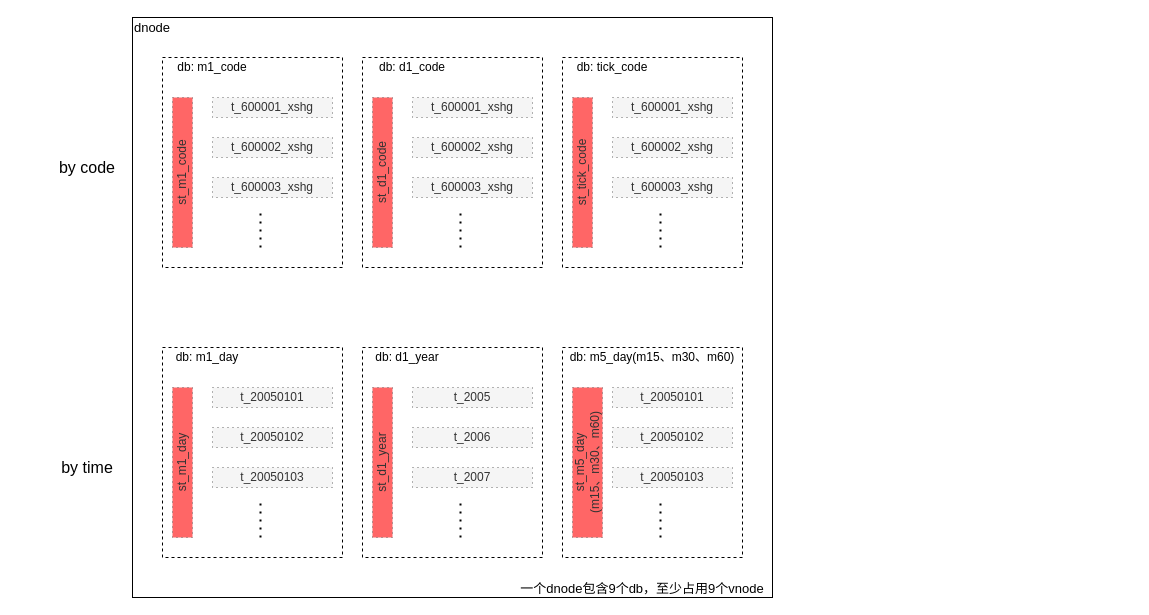
This is drawio/tdengine_plan.drawio from jayed008/notebook, a draw.io file, before an edit. Source tidied: cells renumbered, new cells numbered last; positions are measured from the earlier drawing's top-left corner, leaving out a move shared by most shapes. Both pictures are drawn from the tidied source at 100%, with x=0, y=0 at pixel (52, 17).
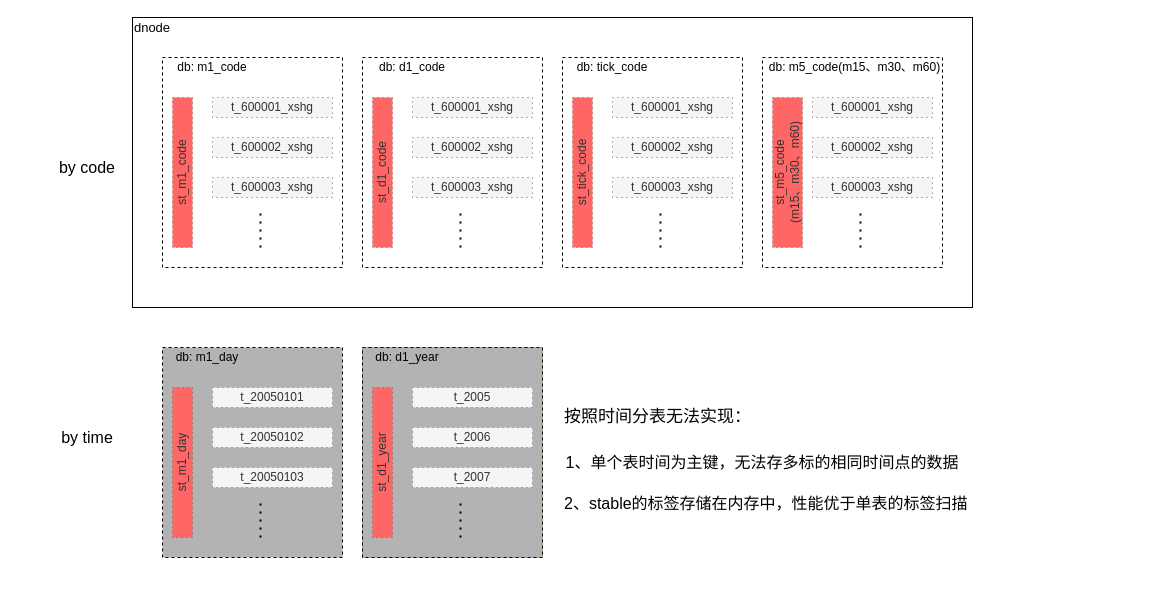
The same page after the edit.

Unchanged cells that the change refers to:
```xml
<mxCell id="38" style="group;" parent="1" vertex="1">
  <mxGeometry x="110" y="330" width="180" height="210" as="geometry" />
</mxCell>
```

The edit, as a diff of the source:
```diff
@@
     <mxCell id="2" style="group;" parent="1" vertex="1">
-      <mxGeometry x="80" width="640" height="580" as="geometry" />
+      <mxGeometry x="80" width="1000" height="580" as="geometry" />
     </mxCell>
     <mxCell id="3" style="rounded=0;whiteSpace=wrap;html=1;sketch=0;" parent="2" vertex="1">
-      <mxGeometry width="640" height="580" as="geometry" />
+      <mxGeometry width="840" height="290" as="geometry" />
     </mxCell>
@@
     <mxCell id="29" style="group;" parent="2" vertex="1">
-      <mxGeometry x="430" y="330" width="180" height="210" as="geometry" />
+      <mxGeometry x="630" y="40" width="190" height="210" as="geometry" />
     </mxCell>
@@
-    <mxCell id="31" value="db: m5_day(m15、m30、m60)" style="text;html=1;strokeColor=none;fillColor=none;align=center;verticalAlign=middle;whiteSpace=wrap;rounded=0;sketch=0;" parent="29" vertex="1">
-      <mxGeometry x="5" width="170" height="20" as="geometry" />
+    <mxCell id="31" value="db: m5_code(m15、m30、m60)" style="text;html=1;strokeColor=none;fillColor=none;align=center;verticalAlign=middle;whiteSpace=wrap;rounded=0;sketch=0;" parent="29" vertex="1">
+      <mxGeometry width="185" height="20" as="geometry" />
     </mxCell>
-    <mxCell id="32" value="t_20050102" style="rounded=0;whiteSpace=wrap;html=1;dashed=1;sketch=0;strokeColor=#666666;fillColor=#f5f5f5;dashPattern=1 4;fontColor=#333333;" parent="29" vertex="1">
+    <mxCell id="32" value="t_600002_xshg" style="rounded=0;whiteSpace=wrap;html=1;dashed=1;sketch=0;strokeColor=#666666;fillColor=#f5f5f5;dashPattern=1 4;fontColor=#333333;" parent="29" vertex="1">
       <mxGeometry x="50" y="80" width="120" height="20" as="geometry" />
     </mxCell>
-    <mxCell id="33" value="t_20050103" style="rounded=0;whiteSpace=wrap;html=1;dashed=1;sketch=0;strokeColor=#666666;fillColor=#f5f5f5;dashPattern=1 4;fontColor=#333333;" parent="29" vertex="1">
+    <mxCell id="33" value="t_600003_xshg" style="rounded=0;whiteSpace=wrap;html=1;dashed=1;sketch=0;strokeColor=#666666;fillColor=#f5f5f5;dashPattern=1 4;fontColor=#333333;" parent="29" vertex="1">
       <mxGeometry x="50" y="120" width="120" height="20" as="geometry" />
     </mxCell>
@@
-    <mxCell id="35" value="t_20050101" style="rounded=0;whiteSpace=wrap;html=1;dashed=1;sketch=0;strokeColor=#666666;fillColor=#f5f5f5;dashPattern=1 4;fontColor=#333333;" parent="29" vertex="1">
+    <mxCell id="35" value="t_600001_xshg" style="rounded=0;whiteSpace=wrap;html=1;dashed=1;sketch=0;strokeColor=#666666;fillColor=#f5f5f5;dashPattern=1 4;fontColor=#333333;" parent="29" vertex="1">
       <mxGeometry x="50" y="40" width="120" height="20" as="geometry" />
     </mxCell>
-    <mxCell id="36" value="st_m5_day&lt;br&gt;(m15、m30、m60)" style="rounded=0;whiteSpace=wrap;html=1;dashed=1;sketch=0;strokeColor=#666666;dashPattern=1 4;fontColor=#333333;horizontal=0;verticalAlign=middle;fillColor=#FF6666;" parent="29" vertex="1">
+    <mxCell id="36" value="st_m5_code&lt;br&gt;(m15、m30、m60)" style="rounded=0;whiteSpace=wrap;html=1;dashed=1;sketch=0;strokeColor=#666666;dashPattern=1 4;fontColor=#333333;horizontal=0;verticalAlign=middle;fillColor=#FF6666;" parent="29" vertex="1">
       <mxGeometry x="10" y="40" width="30" height="150" as="geometry" />
     </mxCell>
-    <mxCell id="37" value="&lt;font style=&quot;font-size: 13px&quot;&gt;一个dnode包含9个db，至少占用9个vnode&lt;/font&gt;" style="text;html=1;strokeColor=none;fillColor=none;align=center;verticalAlign=middle;whiteSpace=wrap;rounded=0;dashed=1;dashPattern=1 4;sketch=0;fontSize=16;" parent="2" vertex="1">
-      <mxGeometry x="380" y="560" width="260" height="20" as="geometry" />
-    </mxCell>
+    <mxCell id="56" value="&lt;span style=&quot;font-size: 16px&quot;&gt;1、单个表时间为主键，无法存多标的相同时间点的数据&lt;/span&gt;" style="text;html=1;strokeColor=none;fillColor=none;align=center;verticalAlign=middle;whiteSpace=wrap;rounded=0;" parent="2" vertex="1">
+      <mxGeometry x="420" y="420" width="420" height="50" as="geometry" />
+    </mxCell>
+    <mxCell id="57" value="&lt;div style=&quot;text-align: center&quot;&gt;&lt;font face=&quot;helvetica&quot;&gt;&lt;span style=&quot;font-size: 16px&quot;&gt;2、stable的标签存储在内存中，性能优于单表的标签扫描&lt;/span&gt;&lt;/font&gt;&lt;/div&gt;" style="text;whiteSpace=wrap;html=1;" parent="2" vertex="1">
+      <mxGeometry x="430" y="470" width="410" height="30" as="geometry" />
+    </mxCell>
+    <mxCell id="58" value="&lt;font style=&quot;font-size: 17px&quot;&gt;按照时间分表无法实现：&lt;/font&gt;" style="text;html=1;align=left;verticalAlign=middle;strokeColor=none;" parent="2" vertex="1">
+      <mxGeometry x="430" y="390" width="200" height="20" as="geometry" />
+    </mxCell>
@@
-    <mxCell id="39" style="rounded=0;whiteSpace=wrap;html=1;sketch=0;fillColor=#FFFFFF;dashed=1;" parent="38" vertex="1">
+    <mxCell id="39" style="rounded=0;whiteSpace=wrap;html=1;sketch=0;dashed=1;fillColor=#B3B3B3;" parent="38" vertex="1">
       <mxGeometry width="180" height="210" as="geometry" />
     </mxCell>
@@
-    <mxCell id="46" style="group;" parent="1" vertex="1">
+    <mxCell id="46" style="group;strokeColor=#82b366;fillColor=#B3B3B3;" parent="1" vertex="1">
       <mxGeometry x="310" y="330" width="180" height="210" as="geometry" />
     </mxCell>
-    <mxCell id="47" style="rounded=0;whiteSpace=wrap;html=1;sketch=0;fillColor=#FFFFFF;dashed=1;" parent="46" vertex="1">
+    <mxCell id="47" style="rounded=0;whiteSpace=wrap;html=1;sketch=0;dashed=1;fillColor=#B3B3B3;" parent="46" vertex="1">
       <mxGeometry width="180" height="210" as="geometry" />
     </mxCell>
@@
     <mxCell id="55" value="by time" style="text;html=1;strokeColor=none;fillColor=none;align=center;verticalAlign=middle;whiteSpace=wrap;rounded=0;dashed=1;dashPattern=1 4;sketch=0;fontSize=16;" parent="1" vertex="1">
-      <mxGeometry y="440" width="70" height="20" as="geometry" />
+      <mxGeometry x="-35" y="390" width="140" height="60" as="geometry" />
     </mxCell>
```
